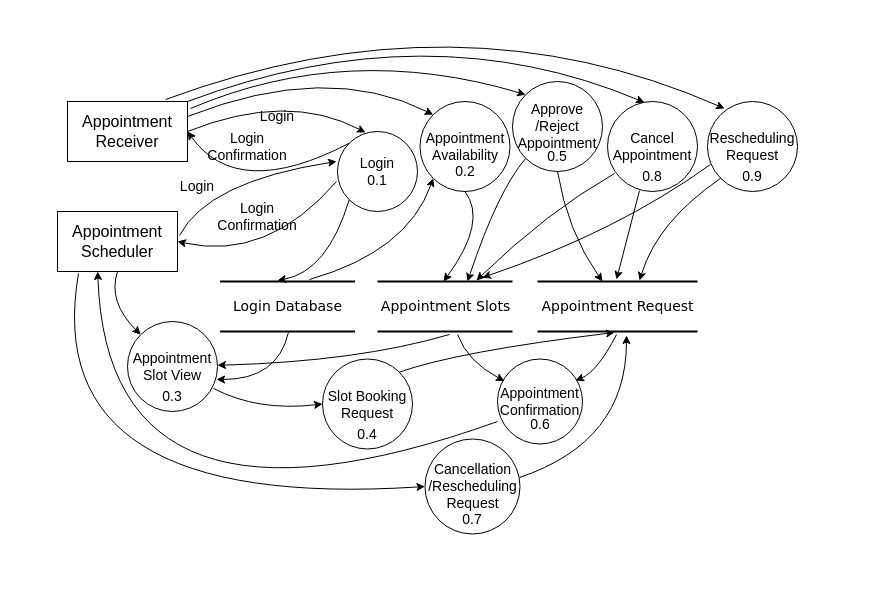
The draw.io diagram DataFlow Diagram (Level-1).drawio in Yash7200/CP-1, before the edit. Source tidied: cells renumbered, new cells numbered last; positions are measured from the earlier drawing's top-left corner, leaving out a move shared by most shapes. Both pictures are drawn from the tidied source at 100%, with x=0, y=0 at pixel (37, -9).
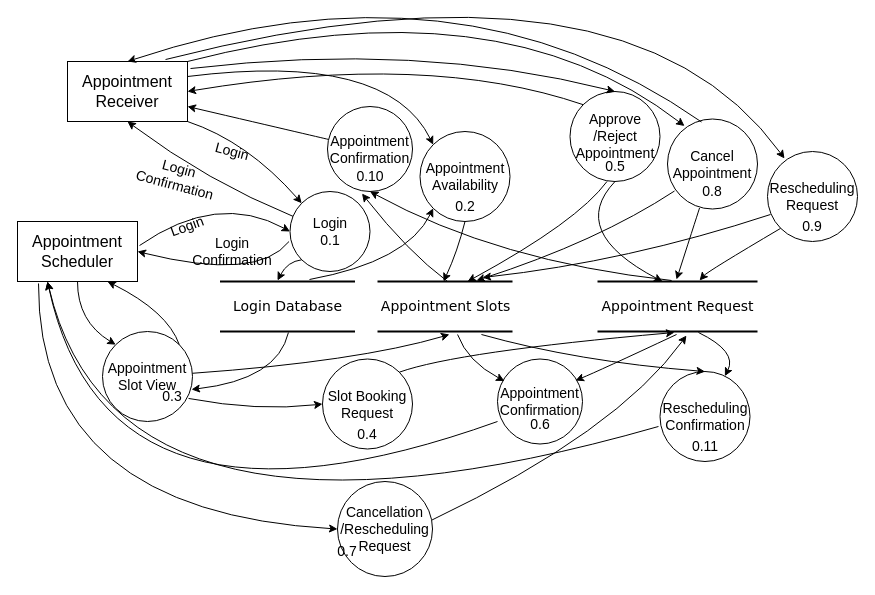
After the change.

Commit message:
Update DataFlow Diagram (Level-1) 1.7.drawio

The change refers to these unchanged cells:
```xml
<mxCell id="6" value="Login Database" style="html=1;rounded=0;shadow=0;comic=0;labelBackgroundColor=none;strokeWidth=2;fontFamily=Verdana;fontSize=14;align=center;shape=mxgraph.ios7ui.horLines;fillColor=none;" parent="1" vertex="1">
  <mxGeometry x="182.5" y="290" width="135" height="50" as="geometry" />
</mxCell>
<mxCell id="14" value="Appointment Slots" style="html=1;rounded=0;shadow=0;comic=0;labelBackgroundColor=none;strokeWidth=2;fontFamily=Verdana;fontSize=14;align=center;shape=mxgraph.ios7ui.horLines;fillColor=none;" parent="1" vertex="1">
  <mxGeometry x="340" y="290" width="135" height="50" as="geometry" />
</mxCell>
```

The edit, as a diff of the source:
```diff
@@
     <mxCell id="2" value="Appointment Scheduler" style="rounded=0;whiteSpace=wrap;html=1;fontSize=16;fillColor=none;" parent="1" vertex="1">
-      <mxGeometry x="20" y="220" width="120" height="60" as="geometry" />
+      <mxGeometry x="-20" y="230" width="120" height="60" as="geometry" />
     </mxCell>
-    <mxCell id="3" style="curved=1;endArrow=classic;html=1;rounded=0;fontSize=14;exitX=1.017;exitY=0.4;exitDx=0;exitDy=0;entryX=-0.012;entryY=0.375;entryDx=0;entryDy=0;entryPerimeter=0;exitPerimeter=0;" parent="1" edge="1" source="2" target="4">
+    <mxCell id="3" style="curved=1;endArrow=classic;html=1;rounded=0;fontSize=14;exitX=1.017;exitY=0.4;exitDx=0;exitDy=0;entryX=0;entryY=0.5;entryDx=0;entryDy=0;exitPerimeter=0;" parent="1" edge="1" source="2" target="4">
       <mxGeometry relative="1" as="geometry">
         <Array as="points">
-          <mxPoint x="170" y="190" />
+          <mxPoint x="180" y="200" />
         </Array>
       </mxGeometry>
     </mxCell>
     <mxCell id="4" value="&lt;div&gt;Login&lt;/div&gt;&lt;div&gt;0.1&lt;br&gt;&lt;/div&gt;" style="ellipse;whiteSpace=wrap;html=1;fillColor=none;fontSize=14;" parent="1" vertex="1">
-      <mxGeometry x="300" y="140" width="80" height="80" as="geometry" />
+      <mxGeometry x="252.5" y="200" width="80" height="80" as="geometry" />
     </mxCell>
     <mxCell id="5" style="curved=1;endArrow=classic;html=1;rounded=0;fontSize=14;exitX=-0.012;exitY=0.625;exitDx=0;exitDy=0;entryX=1;entryY=0.5;entryDx=0;entryDy=0;exitPerimeter=0;" parent="1" edge="1" source="4" target="2">
       <mxGeometry relative="1" as="geometry">
         <Array as="points">
-          <mxPoint x="230" y="270" />
+          <mxPoint x="220" y="290" />
         </Array>
       </mxGeometry>
     </mxCell>
@@
     <mxCell id="7" style="curved=1;endArrow=classic;html=1;rounded=0;fontSize=14;entryX=0.426;entryY=-0.02;entryDx=0;entryDy=0;entryPerimeter=0;exitX=0;exitY=1;exitDx=0;exitDy=0;" parent="1" edge="1" source="4" target="6">
       <mxGeometry relative="1" as="geometry">
         <Array as="points">
-          <mxPoint x="290" y="280" />
+          <mxPoint x="250" y="270" />
         </Array>
       </mxGeometry>
     </mxCell>
     <mxCell id="8" style="curved=1;endArrow=classic;html=1;rounded=0;fontSize=14;exitX=1;exitY=0.25;exitDx=0;exitDy=0;entryX=0;entryY=0;entryDx=0;entryDy=0;" parent="1" edge="1" source="11" target="15">
       <mxGeometry relative="1" as="geometry">
         <Array as="points">
-          <mxPoint x="290" y="70" />
+          <mxPoint x="350" y="60" />
         </Array>
       </mxGeometry>
     </mxCell>
-    <mxCell id="9" value="Login" style="text;html=1;strokeColor=none;fillColor=none;align=center;verticalAlign=middle;whiteSpace=wrap;rounded=0;fontSize=14;" parent="1" vertex="1">
-      <mxGeometry x="130" y="180" width="60" height="30" as="geometry" />
+    <mxCell id="9" value="Login" style="text;html=1;strokeColor=none;fillColor=none;align=center;verticalAlign=middle;whiteSpace=wrap;rounded=0;fontSize=14;rotation=-20;" parent="1" vertex="1">
+      <mxGeometry x="120" y="220" width="60" height="30" as="geometry" />
     </mxCell>
-    <mxCell id="10" value="Login Confirmation" style="text;html=1;strokeColor=none;fillColor=none;align=center;verticalAlign=middle;whiteSpace=wrap;rounded=0;fontSize=14;" parent="1" vertex="1">
-      <mxGeometry x="180" y="210" width="80" height="30" as="geometry" />
+    <mxCell id="10" value="Login Confirmation" style="text;html=1;strokeColor=none;fillColor=none;align=center;verticalAlign=middle;whiteSpace=wrap;rounded=0;fontSize=14;rotation=0;" parent="1" vertex="1">
+      <mxGeometry x="155" y="245" width="80" height="30" as="geometry" />
     </mxCell>
     <mxCell id="11" value="Appointment Receiver" style="rounded=0;whiteSpace=wrap;html=1;fontSize=16;fillColor=none;" parent="1" vertex="1">
-      <mxGeometry x="30" y="110" width="120" height="60" as="geometry" />
+      <mxGeometry x="30" y="70" width="120" height="60" as="geometry" />
     </mxCell>
-    <mxCell id="12" style="curved=1;endArrow=classic;html=1;rounded=0;fontSize=14;exitX=1;exitY=0.5;exitDx=0;exitDy=0;entryX=0.35;entryY=0.013;entryDx=0;entryDy=0;entryPerimeter=0;" parent="1" edge="1" source="11" target="4">
+    <mxCell id="12" style="curved=1;endArrow=classic;html=1;rounded=0;fontSize=14;exitX=1;exitY=1;exitDx=0;exitDy=0;entryX=0;entryY=0;entryDx=0;entryDy=0;" parent="1" edge="1" source="11" target="4">
       <mxGeometry relative="1" as="geometry">
         <Array as="points">
-          <mxPoint x="250" y="100" />
+          <mxPoint x="210" y="150" />
         </Array>
       </mxGeometry>
     </mxCell>
-    <mxCell id="13" style="curved=1;endArrow=classic;html=1;rounded=0;fontSize=14;exitX=0;exitY=0;exitDx=0;exitDy=0;entryX=1;entryY=0.5;entryDx=0;entryDy=0;" parent="1" edge="1" source="4" target="11">
+    <mxCell id="13" style="curved=1;endArrow=classic;html=1;rounded=0;fontSize=14;entryX=0.5;entryY=1;entryDx=0;entryDy=0;" parent="1" edge="1" source="4" target="11">
       <mxGeometry relative="1" as="geometry">
         <Array as="points">
-          <mxPoint x="200" y="210" />
+          <mxPoint x="170" y="190" />
         </Array>
       </mxGeometry>
     </mxCell>
@@
     <mxCell id="15" value="&lt;div&gt;Appointment&lt;/div&gt;&lt;div&gt;Availability&lt;br&gt;&lt;/div&gt;" style="ellipse;whiteSpace=wrap;html=1;fillColor=none;fontSize=14;" parent="1" vertex="1">
-      <mxGeometry x="382.5" y="110" width="90" height="90" as="geometry" />
+      <mxGeometry x="382.5" y="140" width="90" height="90" as="geometry" />
     </mxCell>
-    <mxCell id="16" value="Login" style="text;html=1;strokeColor=none;fillColor=none;align=center;verticalAlign=middle;whiteSpace=wrap;rounded=0;fontSize=14;" parent="1" vertex="1">
-      <mxGeometry x="210" y="110" width="60" height="30" as="geometry" />
+    <mxCell id="16" value="Login" style="text;html=1;strokeColor=none;fillColor=none;align=center;verticalAlign=middle;whiteSpace=wrap;rounded=0;fontSize=14;rotation=15;" parent="1" vertex="1">
+      <mxGeometry x="165" y="145" width="60" height="30" as="geometry" />
     </mxCell>
-    <mxCell id="17" value="Login Confirmation" style="text;html=1;strokeColor=none;fillColor=none;align=center;verticalAlign=middle;whiteSpace=wrap;rounded=0;fontSize=14;" parent="1" vertex="1">
-      <mxGeometry x="170" y="140" width="80" height="30" as="geometry" />
+    <mxCell id="17" value="Login Confirmation" style="text;html=1;strokeColor=none;fillColor=none;align=center;verticalAlign=middle;whiteSpace=wrap;rounded=0;fontSize=14;rotation=15;" parent="1" vertex="1">
+      <mxGeometry x="100" y="170" width="80" height="30" as="geometry" />
     </mxCell>
     <mxCell id="18" value="0.2" style="text;html=1;strokeColor=none;fillColor=none;align=center;verticalAlign=middle;whiteSpace=wrap;rounded=0;fontSize=14;" parent="1" vertex="1">
-      <mxGeometry x="397.5" y="165" width="60" height="30" as="geometry" />
+      <mxGeometry x="397.5" y="200" width="60" height="30" as="geometry" />
     </mxCell>
     <mxCell id="19" style="curved=1;endArrow=classic;html=1;rounded=0;fontSize=14;exitX=0.5;exitY=1;exitDx=0;exitDy=0;entryX=0.489;entryY=0;entryDx=0;entryDy=0;entryPerimeter=0;" parent="1" edge="1" source="15" target="14">
       <mxGeometry relative="1" as="geometry">
         <Array as="points">
-          <mxPoint x="450" y="230" />
+          <mxPoint x="420" y="260" />
         </Array>
       </mxGeometry>
     </mxCell>
     <mxCell id="20" value="&lt;div&gt;Appointment&lt;/div&gt;&lt;div&gt;Slot View&lt;br&gt;&lt;/div&gt;" style="ellipse;whiteSpace=wrap;html=1;fillColor=none;fontSize=14;" parent="1" vertex="1">
-      <mxGeometry x="90" y="330" width="90" height="90" as="geometry" />
+      <mxGeometry x="65" y="340" width="90" height="90" as="geometry" />
     </mxCell>
@@
     <mxCell id="22" style="curved=1;endArrow=classic;html=1;rounded=0;fontSize=14;exitX=0.5;exitY=1;exitDx=0;exitDy=0;entryX=0;entryY=0;entryDx=0;entryDy=0;" parent="1" edge="1" source="2" target="20">
       <mxGeometry relative="1" as="geometry">
         <Array as="points">
-          <mxPoint x="70" y="310" />
+          <mxPoint x="40" y="330" />
         </Array>
       </mxGeometry>
     </mxCell>
-    <mxCell id="23" style="curved=1;endArrow=classic;html=1;rounded=0;fontSize=14;exitX=0.533;exitY=1.06;exitDx=0;exitDy=0;exitPerimeter=0;" parent="1" edge="1" source="14" target="20">
+    <mxCell id="23" style="curved=1;endArrow=classic;html=1;rounded=0;fontSize=14;entryX=0.533;entryY=1.06;entryDx=0;entryDy=0;entryPerimeter=0;" parent="1" edge="1" source="20" target="14">
       <mxGeometry relative="1" as="geometry">
         <Array as="points">
           <mxPoint x="320" y="370" />
         </Array>
       </mxGeometry>
     </mxCell>
@@
     <mxCell id="26" value="Appointment Request" style="html=1;rounded=0;shadow=0;comic=0;labelBackgroundColor=none;strokeWidth=2;fontFamily=Verdana;fontSize=14;align=center;shape=mxgraph.ios7ui.horLines;fillColor=none;" parent="1" vertex="1">
-      <mxGeometry x="500" y="290" width="160" height="50" as="geometry" />
+      <mxGeometry x="560" y="290" width="160" height="50" as="geometry" />
     </mxCell>
@@
     <mxCell id="29" value="&lt;div&gt;Approve&lt;/div&gt;&lt;div&gt;/Reject&lt;br&gt;&lt;/div&gt;&lt;div&gt;Appointment&lt;/div&gt;" style="ellipse;whiteSpace=wrap;html=1;fillColor=none;fontSize=14;" parent="1" vertex="1">
-      <mxGeometry x="475" y="90" width="90" height="90" as="geometry" />
+      <mxGeometry x="532.5" y="100" width="90" height="90" as="geometry" />
     </mxCell>
-    <mxCell id="30" style="curved=1;endArrow=classic;html=1;rounded=0;fontSize=14;exitX=1.025;exitY=0.117;exitDx=0;exitDy=0;entryX=0;entryY=0;entryDx=0;entryDy=0;exitPerimeter=0;" parent="1" edge="1" source="11" target="29">
+    <mxCell id="30" style="curved=1;endArrow=classic;html=1;rounded=0;fontSize=14;exitX=1.025;exitY=0.117;exitDx=0;exitDy=0;entryX=0.5;entryY=0;entryDx=0;entryDy=0;exitPerimeter=0;" parent="1" edge="1" source="11" target="29">
       <mxGeometry relative="1" as="geometry">
         <Array as="points">
-          <mxPoint x="310" y="50" />
+          <mxPoint x="380" y="50" />
         </Array>
       </mxGeometry>
     </mxCell>
     <mxCell id="31" value="0.5" style="text;html=1;strokeColor=none;fillColor=none;align=center;verticalAlign=middle;whiteSpace=wrap;rounded=0;fontSize=14;" parent="1" vertex="1">
-      <mxGeometry x="490" y="150" width="60" height="30" as="geometry" />
+      <mxGeometry x="547.5" y="160" width="60" height="30" as="geometry" />
     </mxCell>
@@
-    <mxCell id="33" style="curved=1;endArrow=classic;html=1;rounded=0;fontSize=14;exitX=0;exitY=1;exitDx=0;exitDy=0;entryX=0.667;entryY=0;entryDx=0;entryDy=0;entryPerimeter=0;" parent="1" edge="1" source="29" target="14">
+    <mxCell id="33" style="curved=1;endArrow=classic;html=1;rounded=0;fontSize=14;entryX=0.667;entryY=0;entryDx=0;entryDy=0;entryPerimeter=0;exitX=0.411;exitY=1;exitDx=0;exitDy=0;exitPerimeter=0;" parent="1" edge="1" source="29" target="14">
       <mxGeometry relative="1" as="geometry">
         <Array as="points">
-          <mxPoint x="460" y="200" />
+          <mxPoint x="540" y="230" />
         </Array>
       </mxGeometry>
     </mxCell>
@@
     <mxCell id="38" value="&lt;div&gt;Cancel&lt;br&gt;&lt;/div&gt;&lt;div&gt;Appointment&lt;/div&gt;" style="ellipse;whiteSpace=wrap;html=1;fillColor=none;fontSize=14;" parent="1" vertex="1">
-      <mxGeometry x="570" y="110" width="90" height="90" as="geometry" />
+      <mxGeometry x="630" y="127.5" width="90" height="90" as="geometry" />
     </mxCell>
     <mxCell id="39" value="0.7" style="text;html=1;strokeColor=none;fillColor=none;align=center;verticalAlign=middle;whiteSpace=wrap;rounded=0;fontSize=14;" parent="1" vertex="1">
-      <mxGeometry x="405" y="512.5" width="60" height="30" as="geometry" />
+      <mxGeometry x="280" y="545" width="60" height="30" as="geometry" />
     </mxCell>
     <mxCell id="40" style="curved=1;endArrow=classic;html=1;rounded=0;fontSize=14;entryX=0.733;entryY=-0.02;entryDx=0;entryDy=0;entryPerimeter=0;exitX=0.078;exitY=0.8;exitDx=0;exitDy=0;exitPerimeter=0;" parent="1" edge="1" source="38" target="14">
       <mxGeometry relative="1" as="geometry">
         <Array as="points">
-          <mxPoint x="510" y="220" />
+          <mxPoint x="560" y="250" />
         </Array>
       </mxGeometry>
     </mxCell>
@@
     <mxCell id="42" value="&lt;div&gt;Rescheduling&lt;br&gt;&lt;/div&gt;&lt;div&gt;Request&lt;br&gt;&lt;/div&gt;" style="ellipse;whiteSpace=wrap;html=1;fillColor=none;fontSize=14;" parent="1" vertex="1">
-      <mxGeometry x="670" y="110" width="90" height="90" as="geometry" />
+      <mxGeometry x="730" y="160" width="90" height="90" as="geometry" />
     </mxCell>
     <mxCell id="43" value="&lt;div&gt;Cancellation&lt;/div&gt;&lt;div&gt;/Rescheduling Request&lt;/div&gt;" style="ellipse;whiteSpace=wrap;html=1;fillColor=none;fontSize=14;" parent="1" vertex="1">
-      <mxGeometry x="387.5" y="447.5" width="95" height="95" as="geometry" />
+      <mxGeometry x="300" y="490" width="95" height="95" as="geometry" />
     </mxCell>
@@
     <mxCell id="45" style="curved=1;endArrow=classic;html=1;rounded=0;fontSize=14;exitX=0.995;exitY=0.405;exitDx=0;exitDy=0;entryX=0.556;entryY=1.08;entryDx=0;entryDy=0;exitPerimeter=0;entryPerimeter=0;" parent="1" edge="1" source="43" target="26">
       <mxGeometry relative="1" as="geometry">
         <Array as="points">
-          <mxPoint x="589" y="450" />
+          <mxPoint x="580" y="440" />
         </Array>
       </mxGeometry>
     </mxCell>
     <mxCell id="46" value="0.8" style="text;html=1;strokeColor=none;fillColor=none;align=center;verticalAlign=middle;whiteSpace=wrap;rounded=0;fontSize=14;" parent="1" vertex="1">
-      <mxGeometry x="585" y="170" width="60" height="30" as="geometry" />
+      <mxGeometry x="645" y="185" width="60" height="30" as="geometry" />
     </mxCell>
     <mxCell id="47" style="curved=1;endArrow=classic;html=1;rounded=0;fontSize=14;entryX=0.638;entryY=-0.02;entryDx=0;entryDy=0;entryPerimeter=0;exitX=0;exitY=1;exitDx=0;exitDy=0;" parent="1" edge="1" source="42" target="26">
       <mxGeometry relative="1" as="geometry">
         <Array as="points">
-          <mxPoint x="620" y="230" />
+          <mxPoint x="670" y="280" />
         </Array>
       </mxGeometry>
     </mxCell>
     <mxCell id="48" style="curved=1;endArrow=classic;html=1;rounded=0;fontSize=14;entryX=0.778;entryY=-0.08;entryDx=0;entryDy=0;entryPerimeter=0;exitX=0.033;exitY=0.7;exitDx=0;exitDy=0;exitPerimeter=0;" parent="1" edge="1" source="42" target="14">
       <mxGeometry relative="1" as="geometry">
         <Array as="points">
-          <mxPoint x="580" y="240" />
+          <mxPoint x="590" y="270" />
         </Array>
       </mxGeometry>
     </mxCell>
-    <mxCell id="49" style="curved=1;endArrow=classic;html=1;rounded=0;fontSize=14;exitX=1;exitY=0;exitDx=0;exitDy=0;entryX=0.411;entryY=0.011;entryDx=0;entryDy=0;entryPerimeter=0;" parent="1" edge="1" source="11" target="38">
+    <mxCell id="49" style="curved=1;endArrow=classic;html=1;rounded=0;fontSize=14;exitX=1;exitY=0;exitDx=0;exitDy=0;entryX=0.189;entryY=0.078;entryDx=0;entryDy=0;entryPerimeter=0;" parent="1" edge="1" source="11" target="38">
       <mxGeometry relative="1" as="geometry">
         <Array as="points">
-          <mxPoint x="390" y="20" />
+          <mxPoint x="460" y="-10" />
         </Array>
       </mxGeometry>
     </mxCell>
     <mxCell id="50" style="curved=1;endArrow=classic;html=1;rounded=0;fontSize=14;exitX=0.817;exitY=-0.033;exitDx=0;exitDy=0;exitPerimeter=0;entryX=0.189;entryY=0.078;entryDx=0;entryDy=0;entryPerimeter=0;" parent="1" edge="1" source="11" target="42">
       <mxGeometry relative="1" as="geometry">
         <Array as="points">
-          <mxPoint x="420" />
+          <mxPoint x="590" y="-50" />
         </Array>
       </mxGeometry>
     </mxCell>
     <mxCell id="51" value="0.9" style="text;html=1;strokeColor=none;fillColor=none;align=center;verticalAlign=middle;whiteSpace=wrap;rounded=0;fontSize=14;" parent="1" vertex="1">
-      <mxGeometry x="685" y="170" width="60" height="30" as="geometry" />
+      <mxGeometry x="745" y="220" width="60" height="30" as="geometry" />
     </mxCell>
-    <mxCell id="52" style="curved=1;endArrow=classic;html=1;rounded=0;fontSize=14;entryX=0;entryY=0.5;entryDx=0;entryDy=0;" parent="1" edge="1">
+    <mxCell id="52" style="curved=1;endArrow=classic;html=1;rounded=0;fontSize=14;entryX=0.25;entryY=1;entryDx=0;entryDy=0;" parent="1" edge="1" target="2">
       <mxGeometry relative="1" as="geometry">
         <mxPoint x="460" y="430" as="sourcePoint" />
-        <mxPoint x="60.2" y="280" as="targetPoint" />
         <Array as="points">
           <mxPoint x="70" y="570" />
         </Array>
       </mxGeometry>
     </mxCell>
     <mxCell id="53" style="curved=1;endArrow=classic;html=1;rounded=0;fontSize=14;entryX=0;entryY=1;entryDx=0;entryDy=0;exitX=0.663;exitY=-0.04;exitDx=0;exitDy=0;exitPerimeter=0;" parent="1" edge="1" source="6" target="15">
       <mxGeometry relative="1" as="geometry">
         <Array as="points">
-          <mxPoint x="370" y="260" />
+          <mxPoint x="370" y="270" />
         </Array>
       </mxGeometry>
     </mxCell>
@@
+    <mxCell id="55" style="curved=1;endArrow=classic;html=1;rounded=0;fontSize=14;entryX=0.75;entryY=1;entryDx=0;entryDy=0;exitX=1;exitY=0;exitDx=0;exitDy=0;" parent="1" edge="1" source="20" target="2">
+      <mxGeometry relative="1" as="geometry">
+        <Array as="points">
+          <mxPoint x="130" y="320" />
+        </Array>
+      </mxGeometry>
+    </mxCell>
+    <mxCell id="56" style="curved=1;endArrow=classic;html=1;rounded=0;fontSize=14;exitX=0.378;exitY=0.033;exitDx=0;exitDy=0;entryX=0.5;entryY=0;entryDx=0;entryDy=0;exitPerimeter=0;" parent="1" edge="1" source="38" target="11">
+      <mxGeometry relative="1" as="geometry">
+        <Array as="points">
+          <mxPoint x="420" y="-40" />
+        </Array>
+      </mxGeometry>
+    </mxCell>
+    <mxCell id="57" value="&lt;div&gt;Appointment&lt;/div&gt;&lt;div&gt;Confirmation&lt;br&gt;&lt;/div&gt;" style="ellipse;whiteSpace=wrap;html=1;fillColor=none;fontSize=14;" parent="1" vertex="1">
+      <mxGeometry x="290" y="115" width="85" height="85" as="geometry" />
+    </mxCell>
+    <mxCell id="58" style="curved=1;endArrow=classic;html=1;rounded=0;fontSize=14;entryX=0.406;entryY=1.024;entryDx=0;entryDy=0;entryPerimeter=0;" parent="1" edge="1" target="57">
+      <mxGeometry relative="1" as="geometry">
+        <mxPoint x="410" y="290" as="sourcePoint" />
+        <Array as="points">
+          <mxPoint x="370" y="260" />
+        </Array>
+      </mxGeometry>
+    </mxCell>
+    <mxCell id="59" style="curved=1;endArrow=classic;html=1;rounded=0;fontSize=14;entryX=0.5;entryY=1;entryDx=0;entryDy=0;exitX=0.463;exitY=-0.02;exitDx=0;exitDy=0;exitPerimeter=0;" parent="1" edge="1" source="26" target="57">
+      <mxGeometry relative="1" as="geometry">
+        <Array as="points">
+          <mxPoint x="460" y="270" />
+        </Array>
+      </mxGeometry>
+    </mxCell>
+    <mxCell id="60" value="0.10" style="text;html=1;strokeColor=none;fillColor=none;align=center;verticalAlign=middle;whiteSpace=wrap;rounded=0;fontSize=14;" parent="1" vertex="1">
+      <mxGeometry x="302.5" y="170" width="60" height="30" as="geometry" />
+    </mxCell>
+    <mxCell id="61" style="curved=1;endArrow=classic;html=1;rounded=0;fontSize=14;entryX=1;entryY=0.75;entryDx=0;entryDy=0;" parent="1" edge="1" source="57" target="11">
+      <mxGeometry relative="1" as="geometry" />
+    </mxCell>
+    <mxCell id="62" style="curved=1;endArrow=classic;html=1;rounded=0;fontSize=14;exitX=0;exitY=0;exitDx=0;exitDy=0;entryX=1;entryY=0.5;entryDx=0;entryDy=0;" parent="1" edge="1" source="29" target="11">
+      <mxGeometry relative="1" as="geometry">
+        <Array as="points">
+          <mxPoint x="390" y="60" />
+        </Array>
+      </mxGeometry>
+    </mxCell>
+    <mxCell id="63" value="&lt;div&gt;Rescheduling&lt;br&gt;&lt;/div&gt;&lt;div&gt;Confirmation&lt;br&gt;&lt;/div&gt;" style="ellipse;whiteSpace=wrap;html=1;fillColor=none;fontSize=14;" parent="1" vertex="1">
+      <mxGeometry x="622.5" y="380" width="90" height="90" as="geometry" />
+    </mxCell>
+    <mxCell id="64" value="0.11" style="text;html=1;strokeColor=none;fillColor=none;align=center;verticalAlign=middle;whiteSpace=wrap;rounded=0;fontSize=14;" parent="1" vertex="1">
+      <mxGeometry x="637.5" y="440" width="60" height="30" as="geometry" />
+    </mxCell>
+    <mxCell id="65" style="curved=1;endArrow=classic;html=1;rounded=0;fontSize=14;entryX=0.25;entryY=1;entryDx=0;entryDy=0;exitX=-0.017;exitY=0.611;exitDx=0;exitDy=0;exitPerimeter=0;" parent="1" edge="1" source="63" target="2">
+      <mxGeometry relative="1" as="geometry">
+        <Array as="points">
+          <mxPoint x="80" y="590" />
+        </Array>
+      </mxGeometry>
+    </mxCell>
+    <mxCell id="66" style="curved=1;endArrow=classic;html=1;rounded=0;fontSize=14;entryX=0.5;entryY=0;entryDx=0;entryDy=0;exitX=0.77;exitY=1.06;exitDx=0;exitDy=0;exitPerimeter=0;" parent="1" edge="1" source="14" target="63">
+      <mxGeometry relative="1" as="geometry">
+        <Array as="points">
+          <mxPoint x="540" y="370" />
+        </Array>
+      </mxGeometry>
+    </mxCell>
+    <mxCell id="67" style="curved=1;endArrow=classic;html=1;rounded=0;fontSize=14;exitX=0.631;exitY=1.02;exitDx=0;exitDy=0;exitPerimeter=0;" parent="1" edge="1" source="26" target="63">
+      <mxGeometry relative="1" as="geometry">
+        <Array as="points">
+          <mxPoint x="700" y="360" />
+        </Array>
+      </mxGeometry>
+    </mxCell>
```
